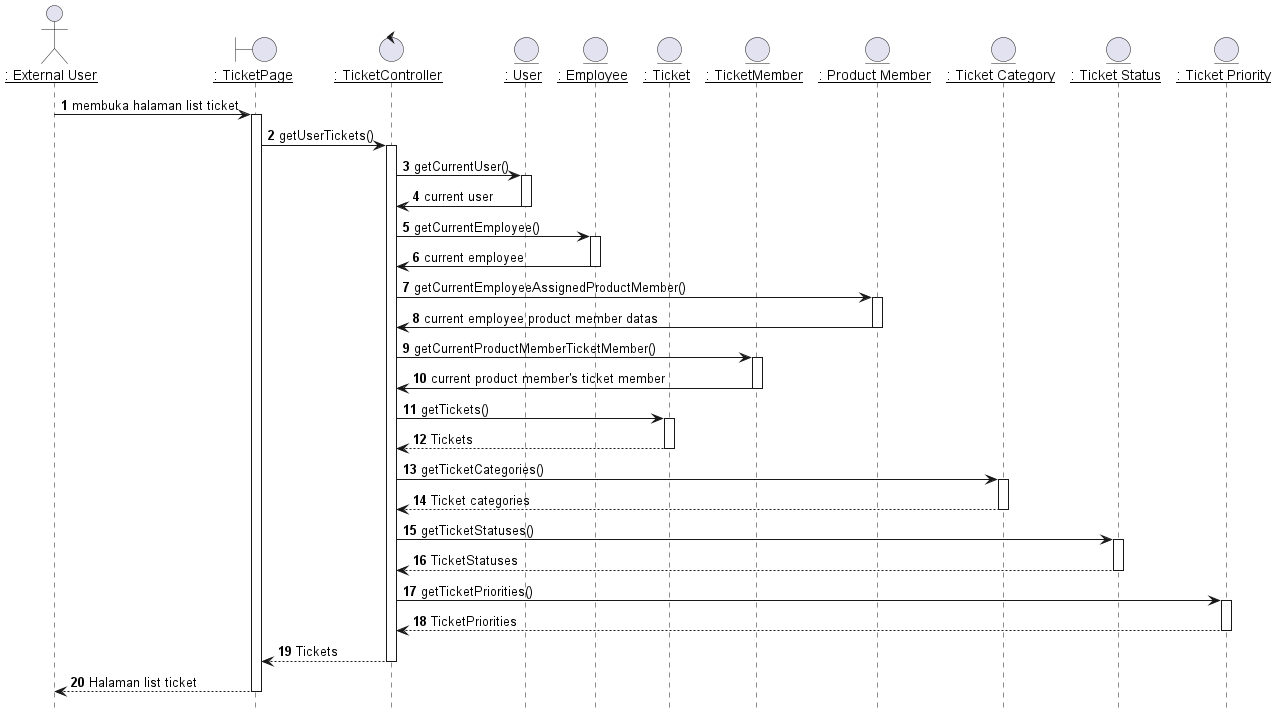
This is out/plantuml/sequence/ex/ex1/Melihat List Ticket.png from TAS-PKL/Laporan-PKL-Ticketing, a PlantUML export, as it was before one commit.
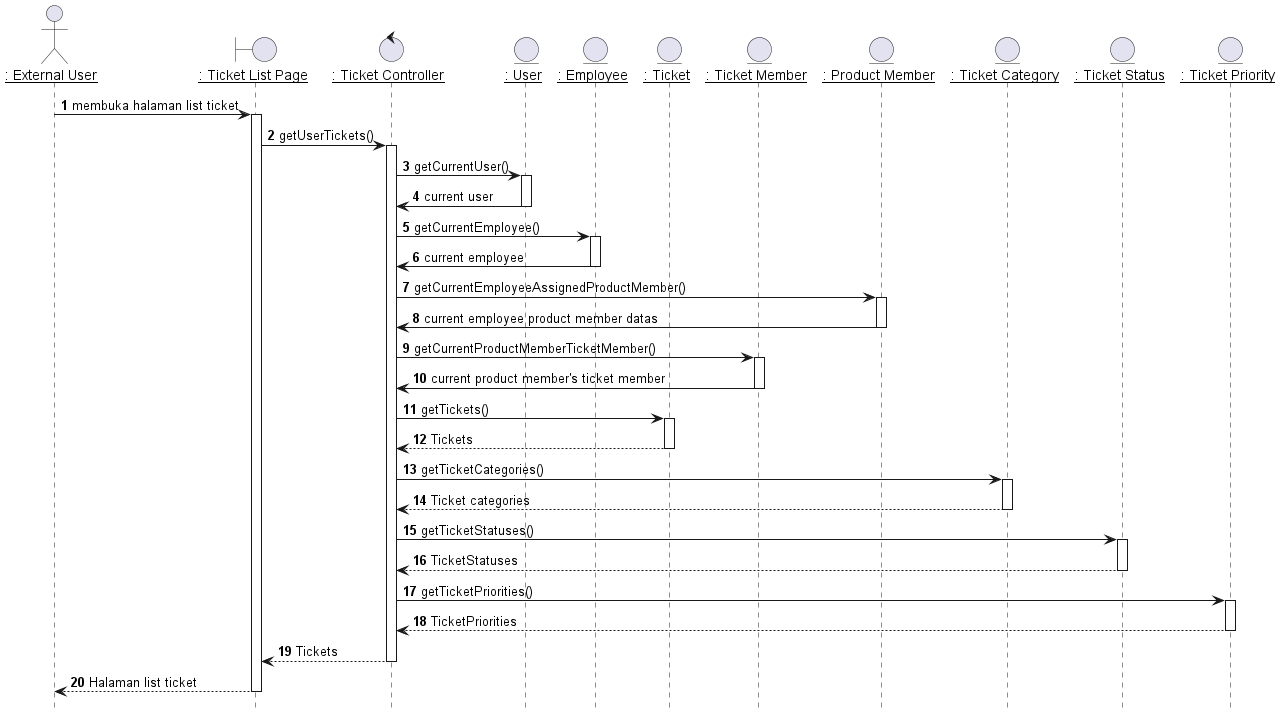
After the commit.

Change to the diagram source:
```diff
@@ -4,12 +4,12 @@
 
 
 actor EU as "__: External User__"
-boundary TicketPage as "__: TicketPage__"
-control TicketController as "__: TicketController__"
+boundary TicketPage as "__: Ticket List Page__"
+control TicketController as "__: Ticket Controller__"
 entity User as "__: User__"
 entity Employee as "__: Employee__"
 entity Ticket as "__: Ticket__"
-entity TicketMember as "__: TicketMember__"
+entity TicketMember as "__: Ticket Member__"
 entity ProductMember as "__: Product Member__"
 entity TicketCategories as "__: Ticket Category__"
 entity TicketStatuses as "__: Ticket Status__"
```
